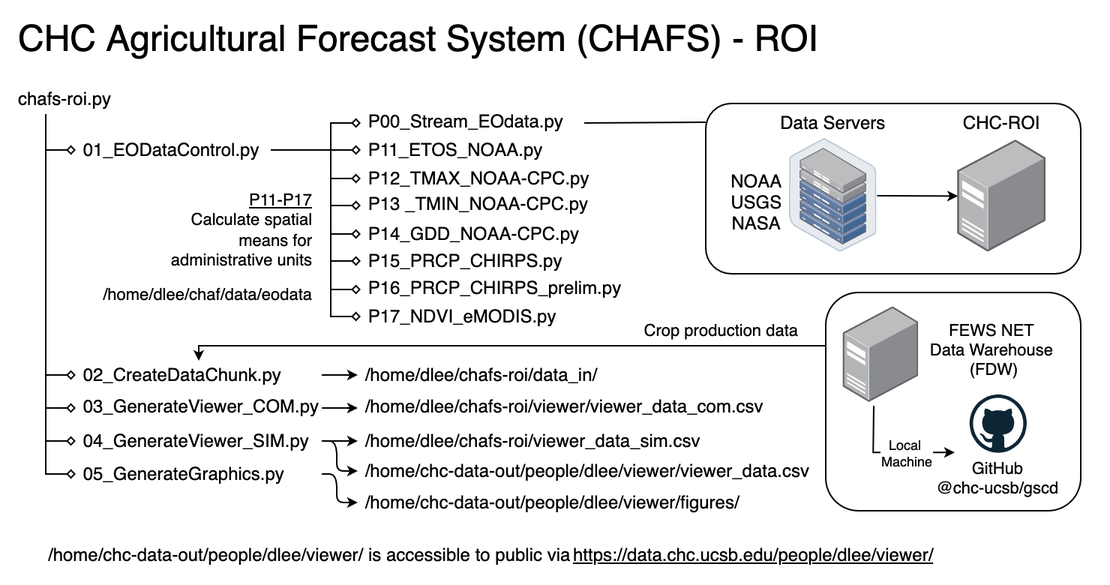
Earlier version of the draw.io export figures/architecture.png (chc-ucsb/chafs_roi). Source tidied: cells renumbered, new cells last; positions are measured from the earlier drawing's top-left corner, leaving out a move shared by most shapes.
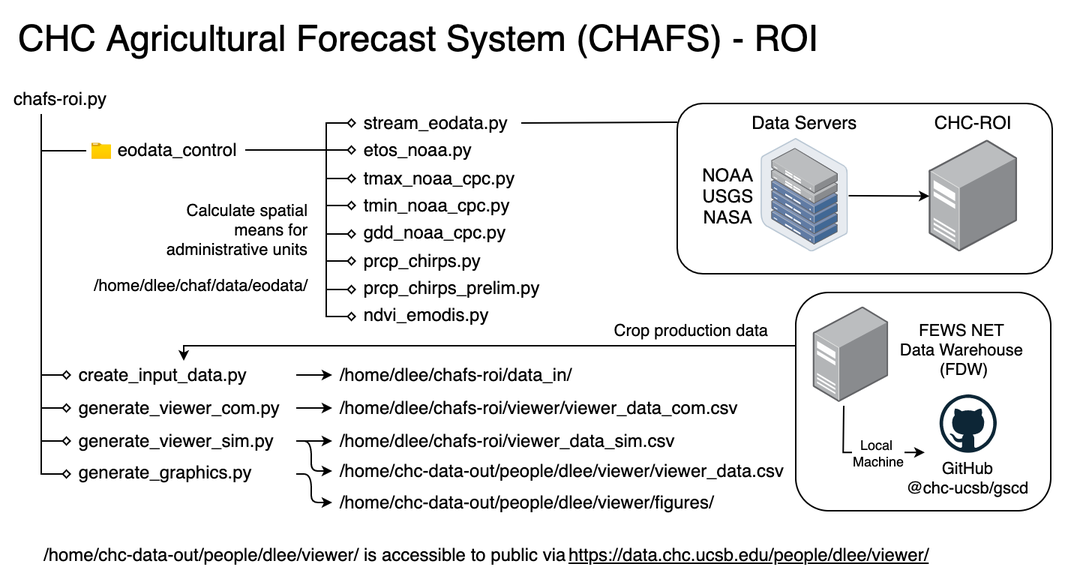
The same file after the commit.

Change to the diagram source:
```diff
@@ -3,52 +3,53 @@
     <mxCell id="0" />
     <mxCell id="1" parent="0" />
     <mxCell id="2" value="CHC Agricultural Forecast System (CHAFS) - ROI" style="text;strokeColor=none;fillColor=none;html=1;fontSize=24;fontStyle=0;verticalAlign=middle;align=left;labelBorderColor=none;" parent="1" vertex="1">
-      <mxGeometry width="550" height="32" as="geometry" />
+      <mxGeometry x="3" width="550" height="32" as="geometry" />
     </mxCell>
-    <mxCell id="3" value="&amp;nbsp;01_EODataControl.py" style="text;html=1;strokeColor=none;fillColor=none;align=left;verticalAlign=middle;whiteSpace=wrap;rounded=0;" parent="1" vertex="1">
-      <mxGeometry x="40" y="80" width="130" height="19" as="geometry" />
+    <mxCell id="3" value="&amp;nbsp;eodata_control" style="text;html=1;strokeColor=none;fillColor=none;align=left;verticalAlign=middle;whiteSpace=wrap;rounded=0;flipV=0;" parent="1" vertex="1">
+      <mxGeometry x="66" y="80" width="90" height="19" as="geometry" />
     </mxCell>
     <mxCell id="4" value="chafs-roi.py" style="text;html=1;strokeColor=none;fillColor=none;align=left;verticalAlign=middle;whiteSpace=wrap;rounded=0;" parent="1" vertex="1">
       <mxGeometry y="46.5" width="80" height="19" as="geometry" />
     </mxCell>
-    <mxCell id="5" value="&amp;nbsp;02_CreateDataChunk.py" style="text;html=1;strokeColor=none;fillColor=none;align=left;verticalAlign=middle;whiteSpace=wrap;rounded=0;" parent="1" vertex="1">
-      <mxGeometry x="40" y="230" width="164" height="19" as="geometry" />
+    <mxCell id="5" value="&amp;nbsp;create_input_data.py" style="text;html=1;strokeColor=none;fillColor=none;align=left;verticalAlign=middle;whiteSpace=wrap;rounded=0;" parent="1" vertex="1">
+      <mxGeometry x="40" y="230" width="150" height="19" as="geometry" />
     </mxCell>
-    <mxCell id="6" value="&amp;nbsp;03_GenerateViewer_COM.py" style="text;html=1;strokeColor=none;fillColor=none;align=left;verticalAlign=middle;whiteSpace=wrap;rounded=0;" parent="1" vertex="1">
-      <mxGeometry x="40" y="252" width="164" height="19" as="geometry" />
+    <mxCell id="6" value="&amp;nbsp;generate_viewer_com.py" style="text;html=1;strokeColor=none;fillColor=none;align=left;verticalAlign=middle;whiteSpace=wrap;rounded=0;" parent="1" vertex="1">
+      <mxGeometry x="40" y="252" width="150" height="19" as="geometry" />
     </mxCell>
-    <mxCell id="7" value="&amp;nbsp;04_GenerateViewer_SIM.py" style="text;html=1;strokeColor=none;fillColor=none;align=left;verticalAlign=middle;whiteSpace=wrap;rounded=0;" parent="1" vertex="1">
-      <mxGeometry x="40" y="274" width="164" height="19" as="geometry" />
+    <mxCell id="7" value="&amp;nbsp;generate_viewer_sim.py" style="text;html=1;strokeColor=none;fillColor=none;align=left;verticalAlign=middle;whiteSpace=wrap;rounded=0;" parent="1" vertex="1">
+      <mxGeometry x="40" y="274" width="150" height="19" as="geometry" />
     </mxCell>
-    <mxCell id="8" value="&amp;nbsp;P00_Stream_EOdata.py" style="text;html=1;strokeColor=none;fillColor=none;align=left;verticalAlign=middle;whiteSpace=wrap;rounded=0;" parent="1" vertex="1">
-      <mxGeometry x="230" y="62" width="149" height="19" as="geometry" />
+    <mxCell id="8" value="&amp;nbsp;stream_eodata.py" style="text;html=1;strokeColor=none;fillColor=none;align=left;verticalAlign=middle;whiteSpace=wrap;rounded=0;" parent="1" vertex="1">
+      <mxGeometry x="230" y="62" width="110" height="19" as="geometry" />
     </mxCell>
-    <mxCell id="9" value="&amp;nbsp;P12_TMAX_NOAA-CPC.py" style="text;html=1;strokeColor=none;fillColor=none;align=left;verticalAlign=middle;whiteSpace=wrap;rounded=0;" parent="1" vertex="1">
+    <mxCell id="9" value="&amp;nbsp;tmax_noaa_cpc.py" style="text;html=1;strokeColor=none;fillColor=none;align=left;verticalAlign=middle;whiteSpace=wrap;rounded=0;" parent="1" vertex="1">
       <mxGeometry x="230" y="99" width="180" height="19" as="geometry" />
     </mxCell>
-    <mxCell id="10" value="&amp;nbsp;P11_ETOS_NOAA.py" style="text;html=1;strokeColor=none;fillColor=none;align=left;verticalAlign=middle;whiteSpace=wrap;rounded=0;" parent="1" vertex="1">
+    <mxCell id="10" value="&amp;nbsp;etos_noaa.py" style="text;html=1;strokeColor=none;fillColor=none;align=left;verticalAlign=middle;whiteSpace=wrap;rounded=0;" parent="1" vertex="1">
       <mxGeometry x="230" y="80" width="180" height="19" as="geometry" />
     </mxCell>
-    <mxCell id="11" value="&amp;nbsp;P13 _TMIN_NOAA-CPC.py" style="text;html=1;strokeColor=none;fillColor=none;align=left;verticalAlign=middle;whiteSpace=wrap;rounded=0;" parent="1" vertex="1">
+    <mxCell id="11" value="&amp;nbsp;tmin_noaa_cpc.py" style="text;html=1;strokeColor=none;fillColor=none;align=left;verticalAlign=middle;whiteSpace=wrap;rounded=0;" parent="1" vertex="1">
       <mxGeometry x="230" y="117" width="180" height="19" as="geometry" />
     </mxCell>
-    <mxCell id="12" value="&amp;nbsp;05_GenerateGraphics.py" style="text;html=1;strokeColor=none;fillColor=none;align=left;verticalAlign=middle;whiteSpace=wrap;rounded=0;" parent="1" vertex="1">
-      <mxGeometry x="40" y="296" width="164" height="19" as="geometry" />
+    <mxCell id="12" value="&amp;nbsp;generate_graphics.py" style="text;html=1;strokeColor=none;fillColor=none;align=left;verticalAlign=middle;whiteSpace=wrap;rounded=0;" parent="1" vertex="1">
+      <mxGeometry x="40" y="296" width="150" height="19" as="geometry" />
     </mxCell>
-    <mxCell id="13" value="&amp;nbsp;P14_GDD_NOAA-CPC.py" style="text;html=1;strokeColor=none;fillColor=none;align=left;verticalAlign=middle;whiteSpace=wrap;rounded=0;" parent="1" vertex="1">
+    <mxCell id="13" value="&amp;nbsp;gdd_noaa_cpc.py" style="text;html=1;strokeColor=none;fillColor=none;align=left;verticalAlign=middle;whiteSpace=wrap;rounded=0;" parent="1" vertex="1">
       <mxGeometry x="230" y="136" width="180" height="19" as="geometry" />
     </mxCell>
-    <mxCell id="14" value="&amp;nbsp;P15_PRCP_CHIRPS.py" style="text;html=1;strokeColor=none;fillColor=none;align=left;verticalAlign=middle;whiteSpace=wrap;rounded=0;" parent="1" vertex="1">
+    <mxCell id="14" value="&amp;nbsp;prcp_chirps.py" style="text;html=1;strokeColor=none;fillColor=none;align=left;verticalAlign=middle;whiteSpace=wrap;rounded=0;" parent="1" vertex="1">
       <mxGeometry x="230" y="154" width="180" height="19" as="geometry" />
     </mxCell>
-    <mxCell id="15" value="&amp;nbsp;P17_NDVI_eMODIS.py" style="text;html=1;strokeColor=none;fillColor=none;align=left;verticalAlign=middle;whiteSpace=wrap;rounded=0;" parent="1" vertex="1">
+    <mxCell id="15" value="&amp;nbsp;ndvi_emodis.py" style="text;html=1;strokeColor=none;fillColor=none;align=left;verticalAlign=middle;whiteSpace=wrap;rounded=0;" parent="1" vertex="1">
       <mxGeometry x="230" y="191" width="180" height="19" as="geometry" />
     </mxCell>
-    <mxCell id="16" value="&amp;nbsp;P16_PRCP_CHIRPS_prelim.py" style="text;html=1;strokeColor=none;fillColor=none;align=left;verticalAlign=middle;whiteSpace=wrap;rounded=0;" parent="1" vertex="1">
+    <mxCell id="16" value="&amp;nbsp;prcp_chirps_prelim.py" style="text;html=1;strokeColor=none;fillColor=none;align=left;verticalAlign=middle;whiteSpace=wrap;rounded=0;" parent="1" vertex="1">
       <mxGeometry x="230" y="173" width="180" height="19" as="geometry" />
     </mxCell>
-    <mxCell id="17" style="edgeStyle=elbowEdgeStyle;elbow=horizontal;strokeColor=#000000;strokeWidth=1;endSize=4;entryX=0;entryY=0.5;entryDx=0;entryDy=0;rounded=0;endArrow=diamond;endFill=0;" parent="1" edge="1" source="4" target="3">
+    <mxCell id="17" style="edgeStyle=elbowEdgeStyle;elbow=horizontal;strokeColor=#000000;strokeWidth=1;endSize=4;rounded=0;endArrow=none;endFill=0;" parent="1" edge="1" source="4">
       <mxGeometry relative="1" as="geometry">
+        <mxPoint x="50" y="90" as="targetPoint" />
         <Array as="points">
           <mxPoint x="20" y="80" />
         </Array>
@@ -164,7 +165,7 @@
       <mxGeometry relative="1" as="geometry" />
     </mxCell>
     <mxCell id="31" style="group;" parent="1" vertex="1">
-      <mxGeometry x="460" y="58.5" width="250" height="113.5" as="geometry" />
+      <mxGeometry x="444" y="58.5" width="250" height="113.5" as="geometry" />
     </mxCell>
     <mxCell id="32" style="rounded=1;whiteSpace=wrap;html=1;fontSize=11;" parent="31" vertex="1">
       <mxGeometry width="250" height="113.5" as="geometry" />
@@ -173,7 +174,7 @@
       <mxGeometry x="56" y="23.5" width="58.2" height="75.7" as="geometry" />
     </mxCell>
     <mxCell id="34" value="NOAA&#10;USGS&#10;NASA" style="text;spacingTop=-5;align=center;fontStyle=0;" parent="31" vertex="1">
-      <mxGeometry x="9.3" y="43.5" width="49.5" height="51" as="geometry" />
+      <mxGeometry x="9.3" y="39.5" width="49.5" height="51" as="geometry" />
     </mxCell>
     <mxCell id="35" value="CHC-ROI" style="text;spacingTop=-5;align=center;fontStyle=0;" parent="31" vertex="1">
       <mxGeometry x="154.2" y="4.5" width="86.9" height="19" as="geometry" />
@@ -188,7 +189,7 @@
       <mxGeometry x="41.7" y="4.5" width="86.9" height="19" as="geometry" />
     </mxCell>
     <mxCell id="39" style="group;" parent="1" vertex="1">
-      <mxGeometry x="540" y="184.5" width="170" height="145.5" as="geometry" />
+      <mxGeometry x="523" y="184.5" width="170" height="145.5" as="geometry" />
     </mxCell>
     <mxCell id="40" style="rounded=1;whiteSpace=wrap;html=1;fontSize=11;" parent="39" vertex="1">
       <mxGeometry width="170" height="145.5" as="geometry" />
@@ -226,19 +227,19 @@
       </mxGeometry>
     </mxCell>
     <mxCell id="49" value="&amp;nbsp;/home/dlee/chafs-roi/viewer/viewer_data_com.csv" style="text;html=1;align=left;verticalAlign=middle;whiteSpace=wrap;rounded=0;fontStyle=0;shadow=0;" parent="1" vertex="1">
-      <mxGeometry x="228" y="252" width="296" height="19" as="geometry" />
+      <mxGeometry x="214" y="252" width="296" height="19" as="geometry" />
     </mxCell>
     <mxCell id="50" value="&amp;nbsp;/home/dlee/chafs-roi/viewer_data_sim.csv" style="text;html=1;align=left;verticalAlign=middle;whiteSpace=wrap;rounded=0;fontStyle=0;shadow=0;" parent="1" vertex="1">
-      <mxGeometry x="228" y="274" width="250" height="19" as="geometry" />
+      <mxGeometry x="214" y="274" width="250" height="19" as="geometry" />
     </mxCell>
-    <mxCell id="51" value="&lt;u&gt;P11-P17&lt;/u&gt;&lt;br&gt;Calculate spatial means for administrative units" style="text;html=1;strokeColor=none;fillColor=none;align=right;verticalAlign=middle;whiteSpace=wrap;rounded=0;labelBackgroundColor=#FFFFFF;fontSize=11;" parent="1" vertex="1">
+    <mxCell id="51" value="Calculate spatial means for administrative units" style="text;html=1;strokeColor=none;fillColor=none;align=right;verticalAlign=middle;whiteSpace=wrap;rounded=0;labelBackgroundColor=#FFFFFF;fontSize=11;fontStyle=0;" parent="1" vertex="1">
       <mxGeometry x="100" y="120" width="100" height="46" as="geometry" />
     </mxCell>
-    <mxCell id="52" value="&lt;meta charset=&quot;utf-8&quot;&gt;&lt;span style=&quot;color: rgb(0, 0, 0); font-family: Helvetica; font-size: 11px; font-variant-ligatures: normal; font-variant-caps: normal; letter-spacing: normal; orphans: 2; text-indent: 0px; text-transform: none; widows: 2; word-spacing: 0px; -webkit-text-stroke-width: 0px; background-color: rgb(255, 255, 255); float: none; display: inline !important;&quot;&gt;/home/dlee/chaf/data/eodata&lt;/span&gt;" style="text;whiteSpace=wrap;html=1;fontSize=11;align=right;verticalAlign=middle;fontStyle=0;shadow=0;rounded=0;" parent="1" vertex="1">
-      <mxGeometry x="50" y="176" width="150" height="20" as="geometry" />
+    <mxCell id="52" value="&lt;span style=&quot;color: rgb(0, 0, 0); font-family: Helvetica; font-size: 11px; font-variant-ligatures: normal; font-variant-caps: normal; letter-spacing: normal; orphans: 2; text-indent: 0px; text-transform: none; widows: 2; word-spacing: 0px; -webkit-text-stroke-width: 0px; background-color: rgb(255, 255, 255); float: none; display: inline !important;&quot;&gt;/home/dlee/chaf/data/eodata/&lt;/span&gt;" style="text;whiteSpace=wrap;html=1;fontSize=11;align=right;verticalAlign=middle;fontStyle=0;shadow=0;rounded=0;" parent="1" vertex="1">
+      <mxGeometry x="50" y="170" width="150" height="20" as="geometry" />
     </mxCell>
     <mxCell id="53" value="&amp;nbsp;/home/dlee/chafs-roi/data_in/" style="text;html=1;align=left;verticalAlign=middle;whiteSpace=wrap;rounded=0;fontStyle=0;shadow=0;" parent="1" vertex="1">
-      <mxGeometry x="228" y="230" width="166" height="19" as="geometry" />
+      <mxGeometry x="214" y="230" width="166" height="19" as="geometry" />
     </mxCell>
     <mxCell id="54" style="endArrow=classic;html=1;rounded=0;fontSize=11;endSize=4;strokeColor=#000000;strokeWidth=1;exitX=1;exitY=0.5;exitDx=0;exitDy=0;entryX=0;entryY=0.5;entryDx=0;entryDy=0;" parent="1" edge="1" source="5" target="53">
       <mxGeometry relative="1" as="geometry" />
@@ -249,34 +250,35 @@
     <mxCell id="56" style="edgeStyle=elbowEdgeStyle;elbow=horizontal;strokeColor=#000000;strokeWidth=1;endSize=4;entryX=0;entryY=0.5;entryDx=0;entryDy=0;exitX=1;exitY=0.5;exitDx=0;exitDy=0;" parent="1" edge="1" source="7" target="57">
       <mxGeometry relative="1" as="geometry">
         <Array as="points">
-          <mxPoint x="214" y="300" />
+          <mxPoint x="200" y="290" />
           <mxPoint x="138.7" y="391.7" />
           <mxPoint x="148.7" y="401.7" />
         </Array>
       </mxGeometry>
     </mxCell>
     <mxCell id="57" value="&amp;nbsp;/home/chc-data-out/people/dlee/viewer/viewer_data.csv" style="text;html=1;align=left;verticalAlign=middle;whiteSpace=wrap;rounded=0;fontStyle=0;shadow=0;" parent="1" vertex="1">
-      <mxGeometry x="228" y="294" width="310" height="19" as="geometry" />
+      <mxGeometry x="214" y="294" width="310" height="19" as="geometry" />
     </mxCell>
     <mxCell id="58" style="endArrow=classic;html=1;rounded=0;fontSize=11;endSize=4;strokeColor=#000000;strokeWidth=1;exitX=1;exitY=0.5;exitDx=0;exitDy=0;entryX=0;entryY=0.5;entryDx=0;entryDy=0;" parent="1" edge="1" source="7" target="50">
       <mxGeometry relative="1" as="geometry" />
     </mxCell>
     <mxCell id="59" value="&amp;nbsp;/home/chc-data-out/people/dlee/viewer/figures/" style="text;html=1;align=left;verticalAlign=middle;whiteSpace=wrap;rounded=0;fontStyle=0;shadow=0;" parent="1" vertex="1">
-      <mxGeometry x="228" y="315" width="310" height="19" as="geometry" />
+      <mxGeometry x="214" y="315" width="310" height="19" as="geometry" />
     </mxCell>
     <mxCell id="60" style="edgeStyle=elbowEdgeStyle;elbow=horizontal;strokeColor=#000000;strokeWidth=1;endSize=4;entryX=0;entryY=0.5;entryDx=0;entryDy=0;exitX=1;exitY=0.5;exitDx=0;exitDy=0;" parent="1" edge="1" source="12" target="59">
       <mxGeometry relative="1" as="geometry">
         <Array as="points">
-          <mxPoint x="214" y="302" />
+          <mxPoint x="200" y="320" />
           <mxPoint x="148.7" y="401.7" />
           <mxPoint x="158.7" y="411.7" />
         </Array>
       </mxGeometry>
     </mxCell>
-    <mxCell id="61" style="edgeStyle=elbowEdgeStyle;elbow=horizontal;strokeColor=#000000;strokeWidth=1;endSize=4;jumpStyle=sharp;entryX=0.5;entryY=0;entryDx=0;entryDy=0;rounded=0;endArrow=classic;endFill=1;" parent="1" edge="1" source="40" target="5">
+    <mxCell id="61" style="edgeStyle=elbowEdgeStyle;elbow=horizontal;strokeColor=#000000;strokeWidth=1;endSize=4;jumpStyle=sharp;rounded=0;endArrow=classic;endFill=1;" parent="1" edge="1" source="40">
       <mxGeometry relative="1" as="geometry">
+        <mxPoint x="115" y="230" as="targetPoint" />
         <Array as="points">
-          <mxPoint x="122" y="220" />
+          <mxPoint x="115" y="220" />
           <mxPoint x="321" y="266" />
           <mxPoint x="331" y="276" />
         </Array>
@@ -289,7 +291,10 @@
       <mxGeometry x="370" y="349.5" width="250" height="20" as="geometry" />
     </mxCell>
     <mxCell id="64" value="Crop production data" style="text;html=1;align=right;verticalAlign=middle;whiteSpace=wrap;rounded=0;fontStyle=0;shadow=0;fontSize=11;" parent="1" vertex="1">
-      <mxGeometry x="394" y="200" width="130" height="20.7" as="geometry" />
+      <mxGeometry x="377" y="200" width="130" height="20.7" as="geometry" />
     </mxCell>
+    <mxCell id="65" style="html=1;align=center;image;fontSize=12;image=img/lib/azure2/general/Folder_Blank.svg;flipV=0;" parent="1" vertex="1">
+      <mxGeometry x="54" y="85" width="13" height="11" as="geometry" />
+    </mxCell>
   </root>
 </mxGraphModel>
```
